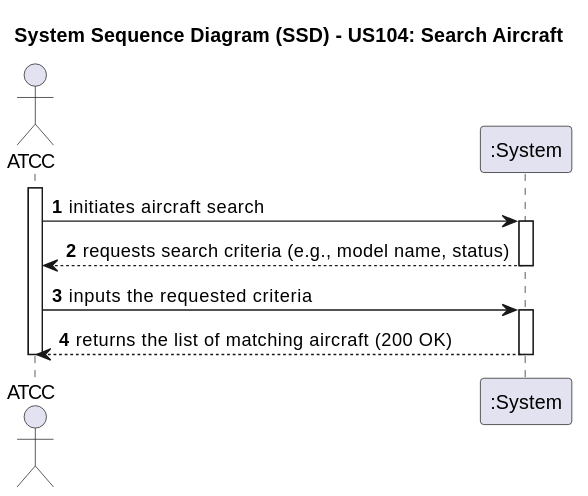
Before: docs/use-cases/WP#1A/US104/svg/US104-SSD.svg, a diagram exported from PlantUML (Andre-1240567/psoft2026_2DB_1240567_1241013_1240624).
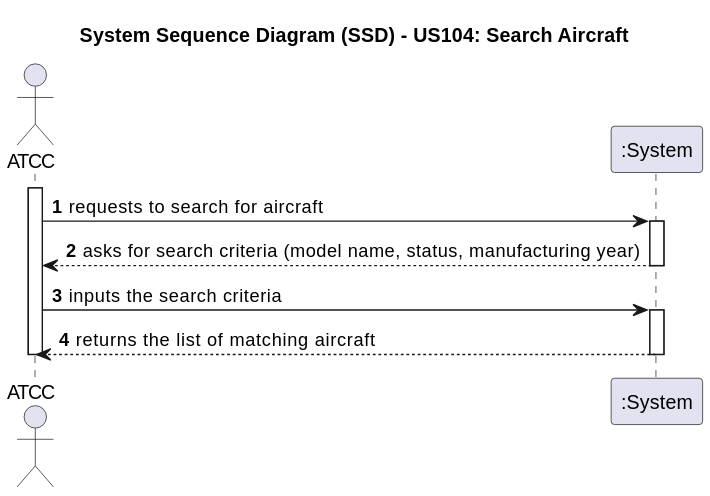
The same file after the commit.

Change to the diagram source:
```diff
@@ -6,14 +6,16 @@
 participant ":System" as System
 
 activate Actor
-Actor -> System: initiates aircraft search
+Actor -> System: requests to search for aircraft
 activate System
-System --> Actor: requests search criteria (e.g., model name, status)
+
+System --> Actor: asks for search criteria (model name, status, manufacturing year)
 deactivate System
 
-Actor -> System: inputs the requested criteria
+Actor -> System: inputs the search criteria
 activate System
-System --> Actor: returns the list of matching aircraft (200 OK)
+
+System --> Actor: returns the list of matching aircraft
 deactivate System
 deactivate Actor
 @enduml
```
